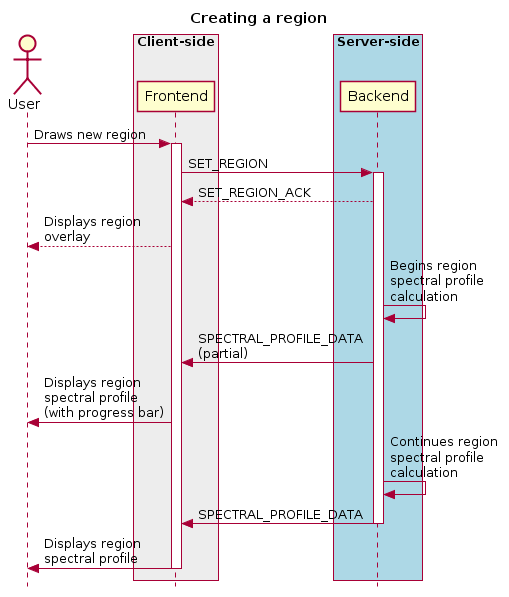
CARTAvis/carta-protobuf keeps this PlantUML diagram as docs/images/image17.png. Above is the earlier version.
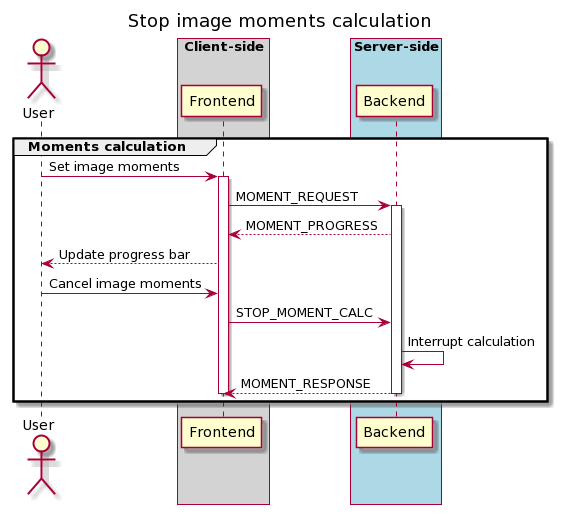
After the commit.

The edit, as a diff of the source:
```diff
@@ -1,28 +1,38 @@
 @startuml
-skinparam style strictuml
-hide footbox
-title Creating a region
+title Stop image moments calculation
 
 actor User
-box "Client-side" #EDEDED
-        participant Frontend
+
+box "Client-side" #LightGrey
+participant Frontend
 end box
 
-box "Server-side" #lightblue
-	participant Backend
+box "Server-side" #LightBlue
+participant Backend
 end box
-User -> Frontend: Draws new region
+
+group Moments calculation
+
+User -> Frontend: Set image moments
 activate Frontend
-Frontend -> Backend : SET_REGION
+
+Frontend -> Backend: MOMENT_REQUEST
 activate Backend
-Frontend <-- Backend : SET_REGION_ACK
-User <-- Frontend: Displays region\noverlay
-Backend <- Backend : Begins region\nspectral profile\ncalculation
-Frontend <- Backend : SPECTRAL_PROFILE_DATA\n(partial)
-User <- Frontend : Displays region\nspectral profile\n(with progress bar)
-Backend <- Backend : Continues region\nspectral profile\ncalculation
-Frontend <- Backend : SPECTRAL_PROFILE_DATA
+
+Backend --> Frontend: MOMENT_PROGRESS
+
+Frontend --> User: Update progress bar
+
+User -> Frontend: Cancel image moments
+
+Frontend -> Backend: STOP_MOMENT_CALC
+
+Backend -> Backend: Interrupt calculation
+
+Backend --> Frontend: MOMENT_RESPONSE
 deactivate Backend
-User <- Frontend : Displays region\nspectral profile
+
 deactivate Frontend
+
+end
 @enduml
```
